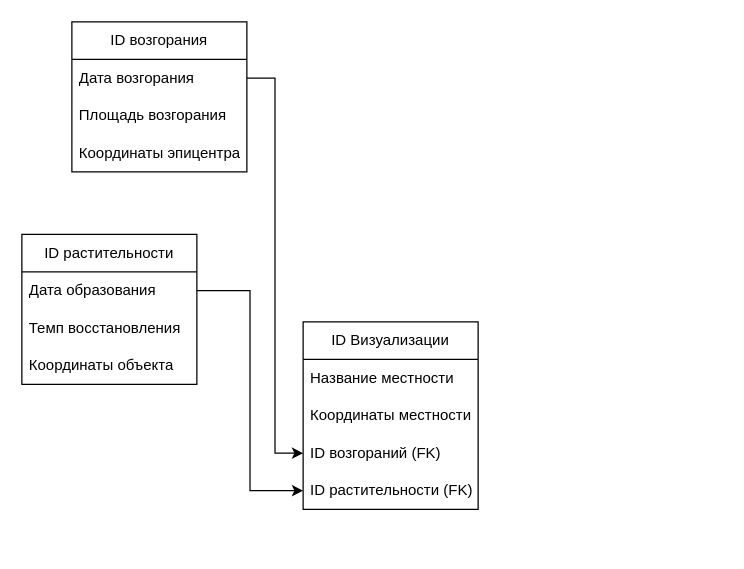
The draw.io diagram Диаграмма без названия.drawio in sukmalo/IDEF1_group, before the edit. Source tidied: cells renumbered, new cells numbered last; positions are measured from the earlier drawing's top-left corner, leaving out a move shared by most shapes. Both pictures are drawn from the tidied source at 125%, with x=0, y=0 at pixel (21, 21).
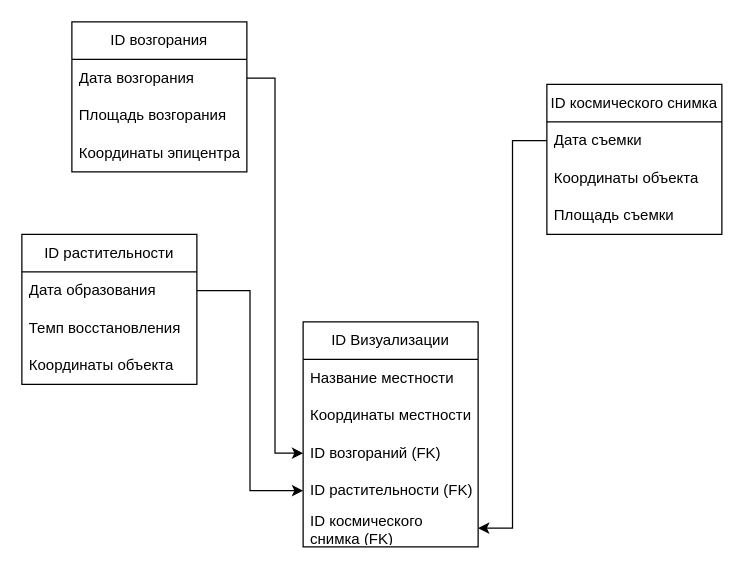
Above is the later version.

Diff of the diagram source:
```diff
@@
     <mxCell id="2" value="ID Визуализации" style="swimlane;fontStyle=0;horizontal=1;startSize=30;whiteSpace=wrap;html=1;" parent="1" vertex="1">
-      <mxGeometry x="225" y="240" width="140" height="150" as="geometry" />
+      <mxGeometry x="225" y="240" width="140" height="180" as="geometry" />
     </mxCell>
@@
+    <mxCell id="17" value="&lt;div&gt;ID космического снимка (FK)&lt;/div&gt;" style="text;strokeColor=none;fillColor=none;align=left;verticalAlign=middle;spacingLeft=4;spacingRight=4;overflow=hidden;points=[[0,0.5],[1,0.5]];portConstraint=eastwest;whiteSpace=wrap;html=1;" parent="2" vertex="1">
+      <mxGeometry y="150" width="140" height="30" as="geometry" />
+    </mxCell>
@@
+    <mxCell id="18" value="ID космического снимка" style="swimlane;fontStyle=0;horizontal=1;startSize=30;whiteSpace=wrap;html=1;" parent="1" vertex="1">
+      <mxGeometry x="420" y="50" width="140" height="120" as="geometry" />
+    </mxCell>
+    <mxCell id="19" value="Дата съемки" style="text;strokeColor=none;fillColor=none;align=left;verticalAlign=middle;spacingLeft=4;spacingRight=4;overflow=hidden;points=[[0,0.5],[1,0.5]];portConstraint=eastwest;whiteSpace=wrap;html=1;" parent="18" vertex="1">
+      <mxGeometry y="30" width="140" height="30" as="geometry" />
+    </mxCell>
+    <mxCell id="20" value="Координаты объекта" style="text;strokeColor=none;fillColor=none;align=left;verticalAlign=middle;spacingLeft=4;spacingRight=4;overflow=hidden;whiteSpace=wrap;html=1;" parent="18" vertex="1">
+      <mxGeometry y="60" width="140" height="30" as="geometry" />
+    </mxCell>
+    <mxCell id="21" value="Площадь съемки" style="text;strokeColor=none;fillColor=none;align=left;verticalAlign=middle;spacingLeft=4;spacingRight=4;overflow=hidden;whiteSpace=wrap;html=1;" parent="18" vertex="1">
+      <mxGeometry y="90" width="140" height="30" as="geometry" />
+    </mxCell>
+    <mxCell id="22" style="edgeStyle=orthogonalEdgeStyle;rounded=0;jettySize=auto;html=1;entryX=1;entryY=0.5;entryDx=0;entryDy=0;" parent="1" edge="1" source="19" target="17">
+      <mxGeometry relative="1" as="geometry" />
+    </mxCell>
```
